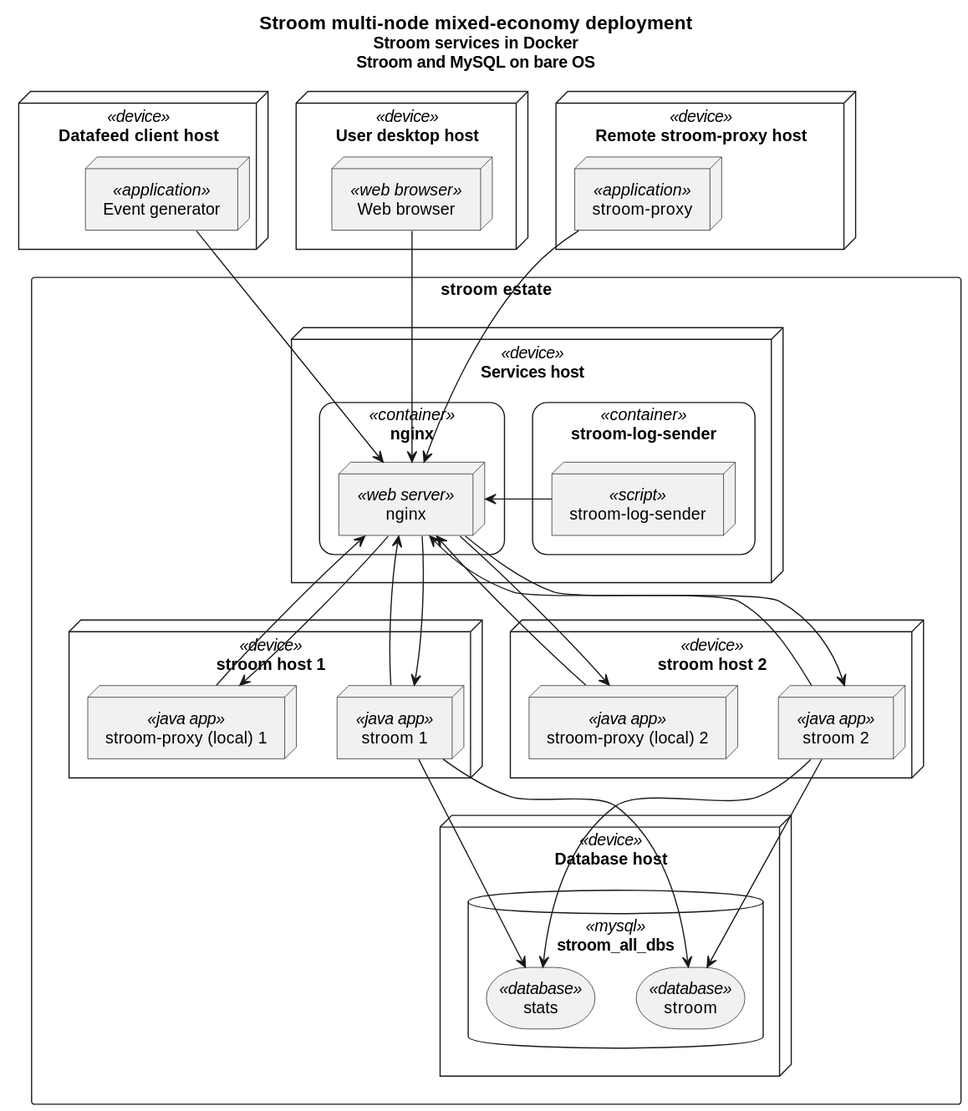
Above: 7.8/images/architecture/stroom-deployment-mixed-multi.puml.svg in gchq/stroom-docs (PlantUML), before the change.
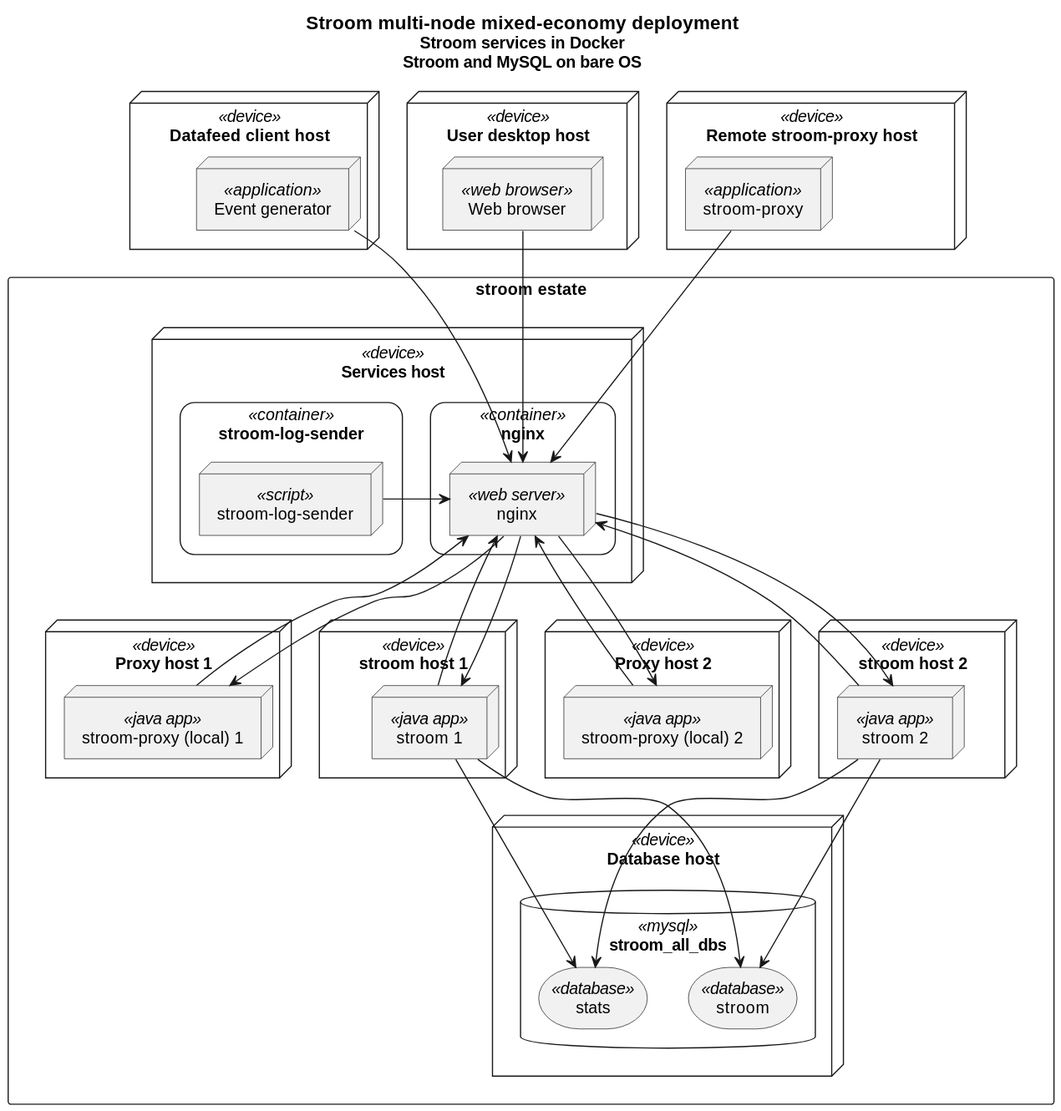
Later version of the same file.

Change to the diagram source:
```diff
@@ -6,7 +6,7 @@
 end title
 
 skinparam rectangle {
-	roundCorner<<container>> 25
+    roundCorner<<container>> 25
 }
 
 node "Datafeed client host" as dataload_client_host <<device>> {
@@ -46,11 +46,14 @@
 
     !procedure add_stroom_host($node_id)
         !$host_name=$concat("stroom_host_", $node_id)
+        !$proxy_host_name=$concat("proxy_host_", $node_id)
         !$stroom_dropwiz_name=$concat("stroom_dropwiz_", $node_id)
         !$stroom_proxy_dropwiz_name=$concat("stroom_proxy_dropwiz_", $node_id)
 
         node "$concat("stroom host ", $node_id)" as $host_name <<device>> {
             node "$concat("stroom ", $node_id)" as $stroom_dropwiz_name <<java app>>
+        }
+        node "$concat("Proxy host ", $node_id)" as $proxy_host_name <<device>> {
             node "$concat("stroom-proxy (local) ", $node_id)" as $stroom_proxy_dropwiz_name <<java app>>
         }
         $stroom_dropwiz_name --> stroom_db
```
